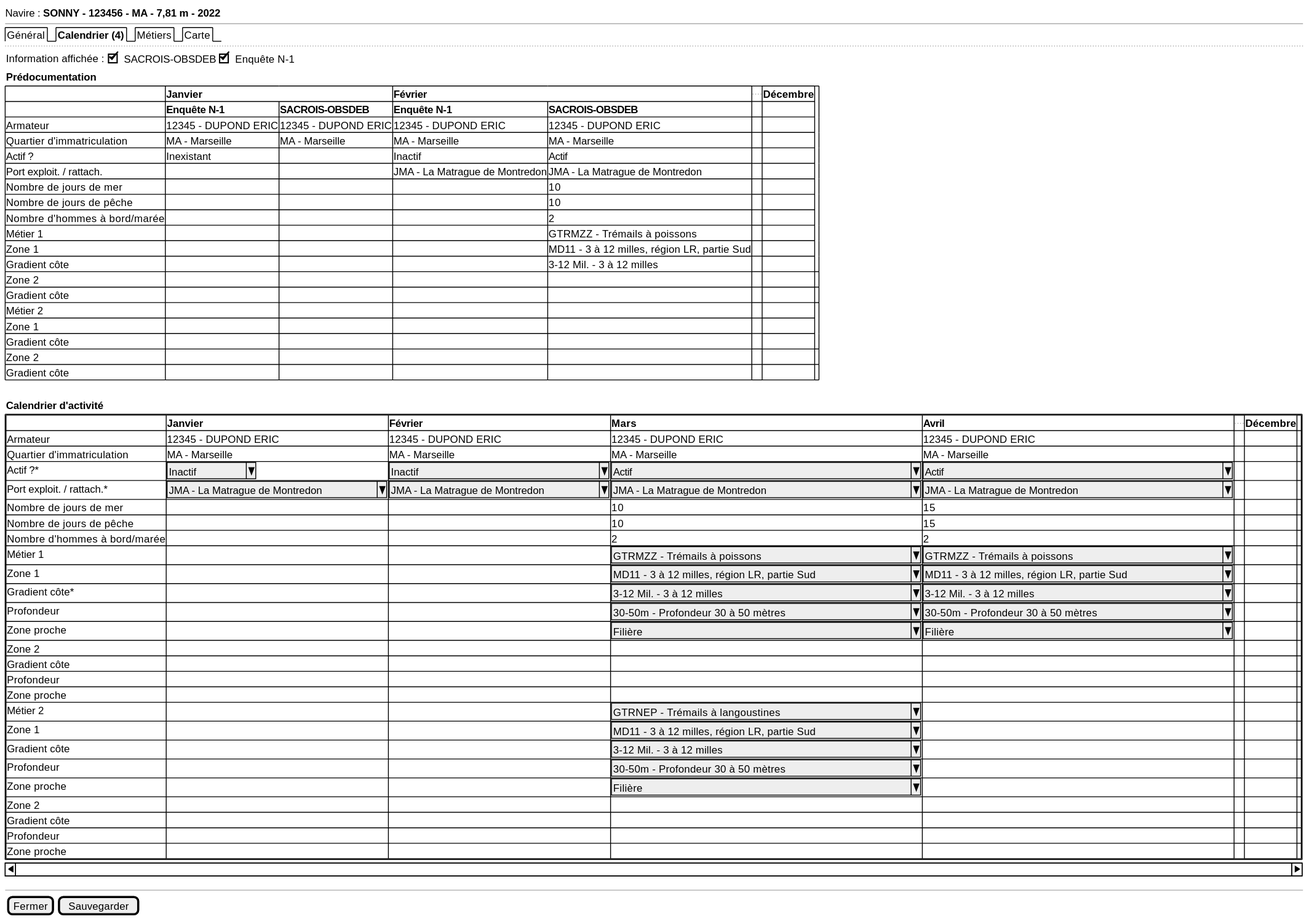
Above: projects/activity-calendar/spe/images/activity-calendar-new.svg in sumaris-net/sumaris-doc (PlantUML), before the change.
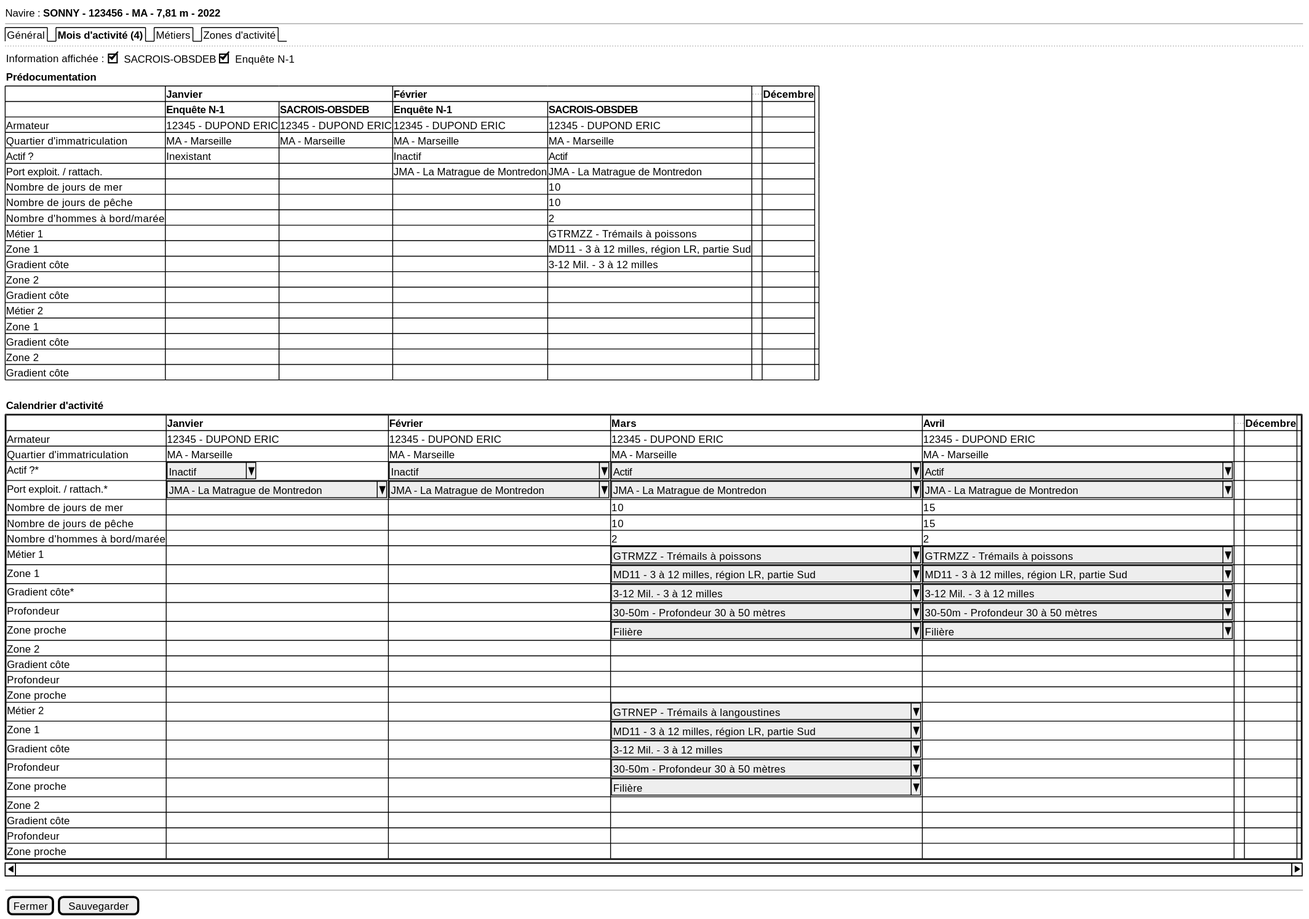
The same diagram one commit later.

Commit message:
MAJ pmfm métiers

Change to the diagram source:
```diff
@@ -2,7 +2,7 @@
 {
   Navire : <b>SONNY - 123456 - MA - 7,81 m - 2022
   --
-  {/ Général | <b>Calendrier (4) | Métiers | Carte}
+  {/ Général | <b>Mois d'activité (4) | Métiers | Zones d'activité}
   ..
 
   {Information affichée :  {[X]SACROIS-OBSDEB | [X]Enquête N-1 }}
```
